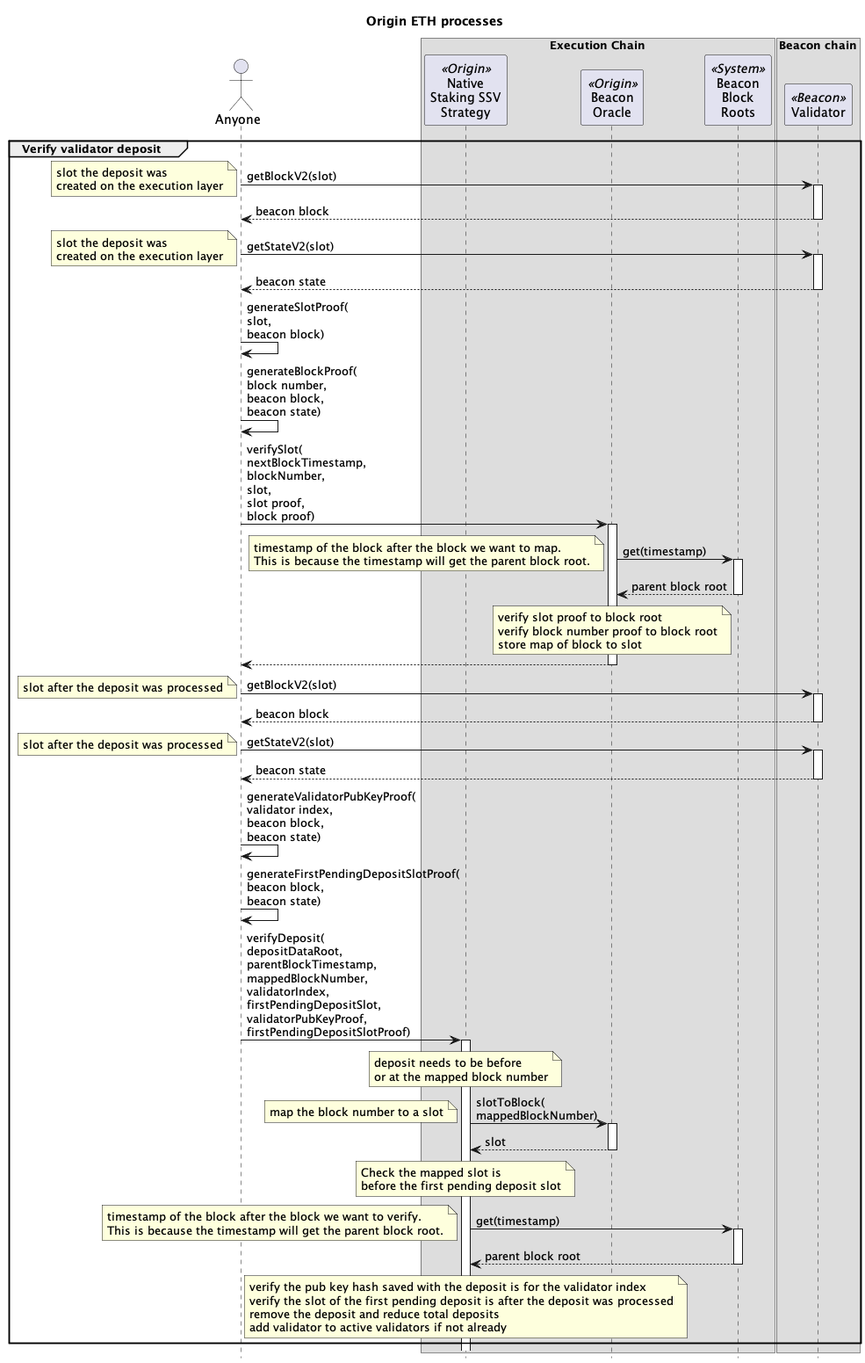
The PlantUML diagram contracts/docs/plantuml/oethProcesses-verify-deposit.png in OriginProtocol/origin-dollar, before a commit. Source of this version:
```plantuml
@startuml

skinparam tabSize 2
hide footbox

title "Origin ETH processes"

actor "Anyone" as sender

box "Execution Chain"
participant "Native\nStaking SSV\nStrategy" as nativeStrat <<Origin>>
participant "Beacon\nOracle" as bo <<Origin>>
participant "Beacon\nBlock\nRoots" as roots <<System>>
end box

box "Beacon chain"
participant "Validator" as val <<Beacon>>
end box




































group Verify validator deposit

sender -> val : getBlockV2(slot)
note left : slot the deposit was\ncreated on the execution layer
activate val
return beacon block

sender -> val : getStateV2(slot)
note left : slot the deposit was\ncreated on the execution layer
activate val
return beacon state

sender -> sender : generateSlotProof(\nslot,\nbeacon block)
sender -> sender : generateBlockProof(\nblock number,\nbeacon block,\nbeacon state)

sender -> bo : verifySlot(\nnextBlockTimestamp,\nblockNumber,\nslot,\nslot proof,\nblock proof)
activate bo
bo -> roots : get(timestamp)
note left
timestamp of the block after the block we want to map.
This is because the timestamp will get the parent block root.
end note
activate roots
return parent block root
note over bo
verify slot proof to block root
verify block number proof to block root
store map of block to slot
end note
return

sender -> val : getBlockV2(slot)
note left : slot after the deposit was processed
activate val
return beacon block

sender -> val : getStateV2(slot)
note left : slot after the deposit was processed
activate val
return beacon state

sender -> sender : generateValidatorPubKeyProof(\nvalidator index,\nbeacon block,\nbeacon state)
sender -> sender : generateFirstPendingDepositSlotProof(\nbeacon block,\nbeacon state)

sender -> nativeStrat : verifyDeposit(\ndepositDataRoot,\nparentBlockTimestamp,\nmappedBlockNumber,\nvalidatorIndex,\nfirstPendingDepositSlot,\nvalidatorPubKeyProof,\nfirstPendingDepositSlotProof)
activate nativeStrat

note over nativeStrat : deposit needs to be before\nor at the mapped block number

nativeStrat -> bo : slotToBlock(\nmappedBlockNumber)
note left : map the block number to a slot
activate bo
return slot

note over nativeStrat : Check the mapped slot is\nbefore the first pending deposit slot

nativeStrat -> roots : get(timestamp)
note left
timestamp of the block after the block we want to verify.
This is because the timestamp will get the parent block root.
end note
activate roots
return parent block root

note over nativeStrat
verify the pub key hash saved with the deposit is for the validator index
verify the slot of the first pending deposit is after the deposit was processed
remove the deposit and reduce total deposits
add validator to active validators if not already
end note

end group













































































@enduml
```
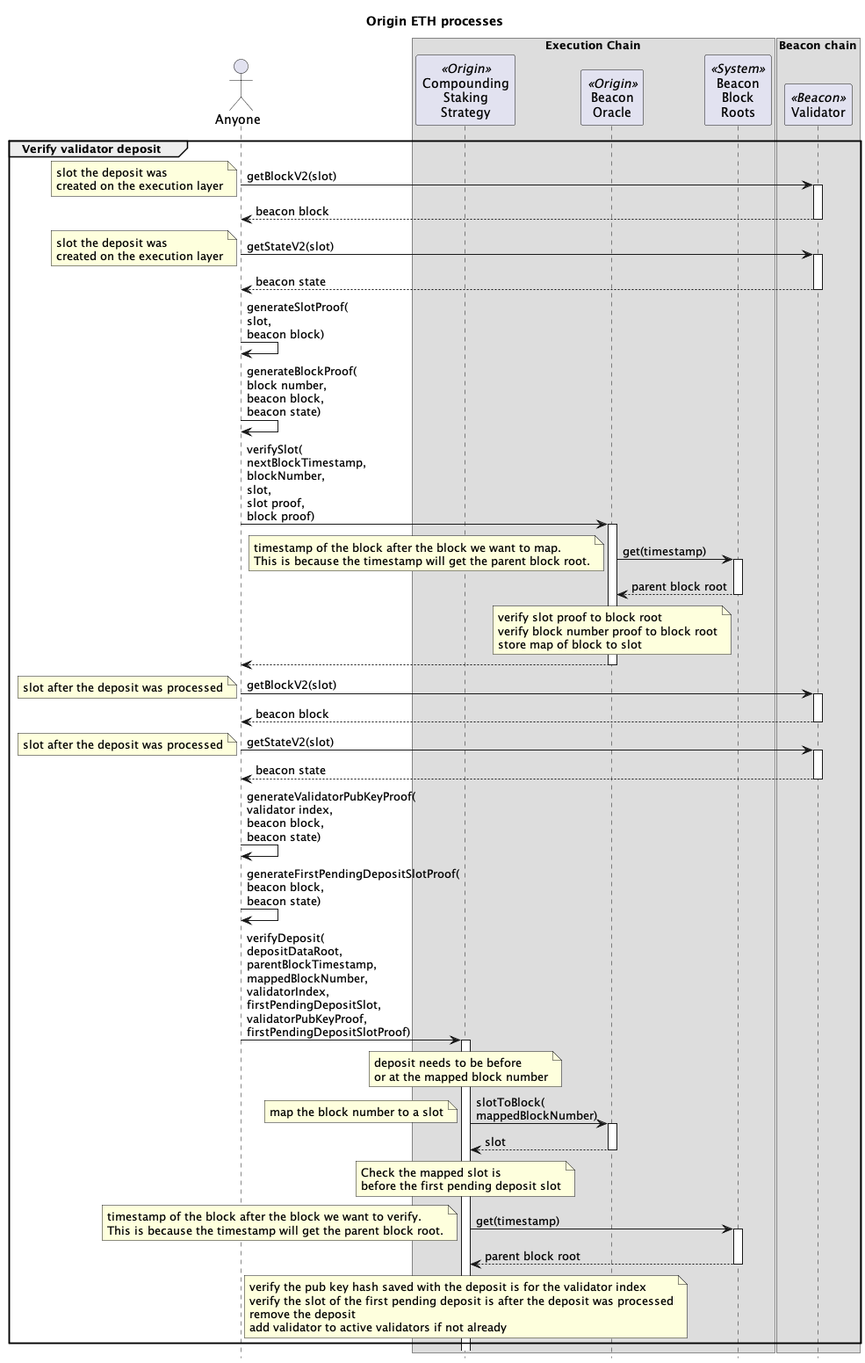
After the commit.

The edit, as a diff of the source:
```diff
@@ -8,7 +8,7 @@
 actor "Anyone" as sender
 
 box "Execution Chain"
-participant "Native\nStaking SSV\nStrategy" as nativeStrat <<Origin>>
+participant "Compounding\nStaking\nStrategy" as compStrat <<Origin>>
 participant "Beacon\nOracle" as bo <<Origin>>
 participant "Beacon\nBlock\nRoots" as roots <<System>>
 end box
@@ -16,6 +16,24 @@
 box "Beacon chain"
 participant "Validator" as val <<Beacon>>
 end box
+
+
+
+
+
+
+
+
+
+
+
+
+
+
+
+
+
+
 
 
 
@@ -96,19 +114,19 @@
 sender -> sender : generateValidatorPubKeyProof(\nvalidator index,\nbeacon block,\nbeacon state)
 sender -> sender : generateFirstPendingDepositSlotProof(\nbeacon block,\nbeacon state)
 
-sender -> nativeStrat : verifyDeposit(\ndepositDataRoot,\nparentBlockTimestamp,\nmappedBlockNumber,\nvalidatorIndex,\nfirstPendingDepositSlot,\nvalidatorPubKeyProof,\nfirstPendingDepositSlotProof)
-activate nativeStrat
+sender -> compStrat : verifyDeposit(\ndepositDataRoot,\nparentBlockTimestamp,\nmappedBlockNumber,\nvalidatorIndex,\nfirstPendingDepositSlot,\nvalidatorPubKeyProof,\nfirstPendingDepositSlotProof)
+activate compStrat
 
-note over nativeStrat : deposit needs to be before\nor at the mapped block number
+note over compStrat : deposit needs to be before\nor at the mapped block number
 
-nativeStrat -> bo : slotToBlock(\nmappedBlockNumber)
+compStrat -> bo : slotToBlock(\nmappedBlockNumber)
 note left : map the block number to a slot
 activate bo
 return slot
 
-note over nativeStrat : Check the mapped slot is\nbefore the first pending deposit slot
+note over compStrat : Check the mapped slot is\nbefore the first pending deposit slot
 
-nativeStrat -> roots : get(timestamp)
+compStrat -> roots : get(timestamp)
 note left
 timestamp of the block after the block we want to verify.
 This is because the timestamp will get the parent block root.
@@ -116,10 +134,10 @@
 activate roots
 return parent block root
 
-note over nativeStrat
+note over compStrat
 verify the pub key hash saved with the deposit is for the validator index
 verify the slot of the first pending deposit is after the deposit was processed
-remove the deposit and reduce total deposits
+remove the deposit
 add validator to active validators if not already
 end note
 
@@ -198,7 +216,4 @@
 
 
 
-
-
-
 @enduml
```
